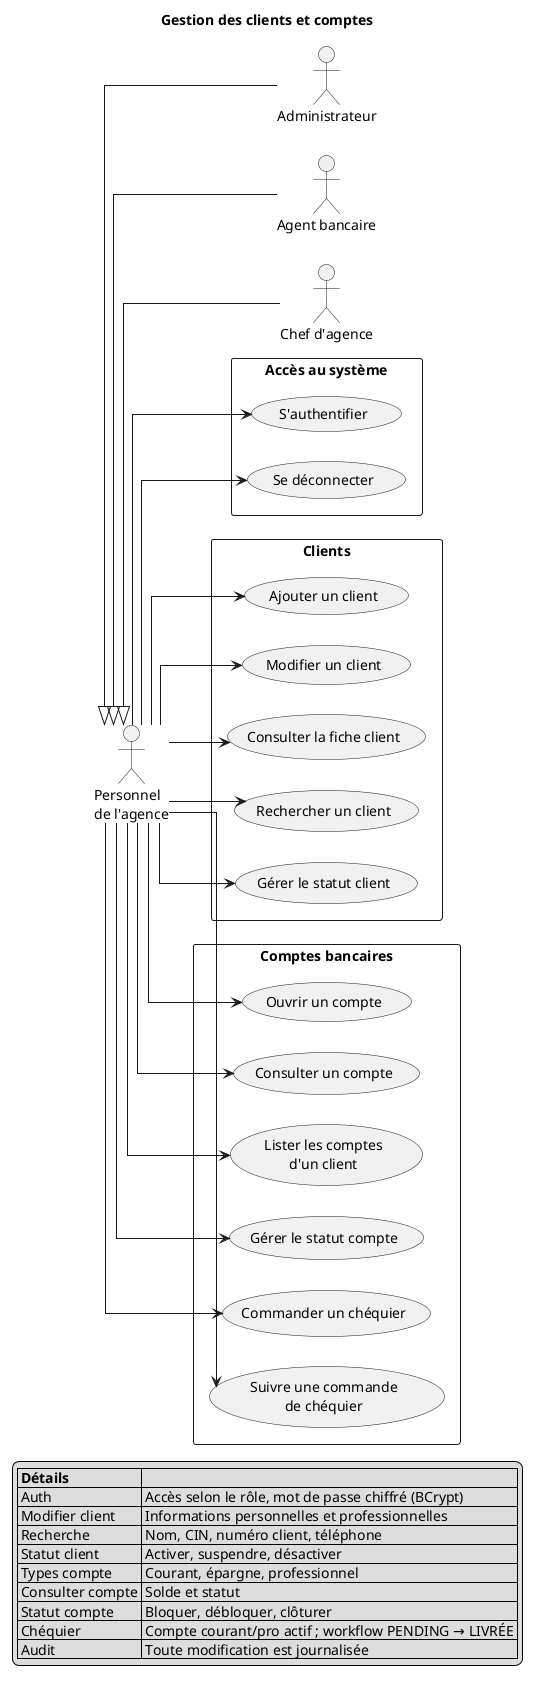
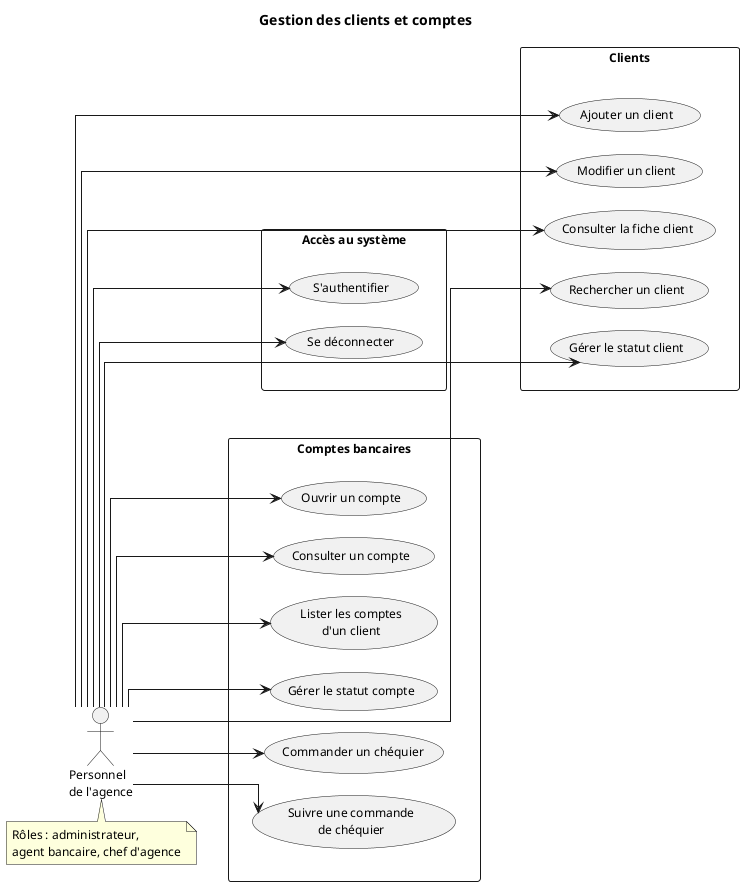
@startuml 01-clients-comptes
left to right direction
skinparam shadowing false
skinparam packageStyle rectangle
- skinparam nodesep 30
- skinparam ranksep 40
+ skinparam nodesep 22
+ skinparam ranksep 28
skinparam linetype ortho
+ skinparam defaultFontSize 12

title Gestion des clients et comptes

actor "Personnel\nde l'agence" as personnel
+ note bottom of personnel
+   Rôles : administrateur,
+   agent bancaire, chef d'agence
+ end note

- actor "Administrateur" as admin
- actor "Agent bancaire" as agent
- actor "Chef d'agence" as chef
- 
- admin -up-|> personnel
- agent -up-|> personnel
- chef -up-|> personnel
- 
- rectangle "Accès au système" {
-   usecase "S'authentifier" as UC_LOGIN
-   usecase "Se déconnecter" as UC_LOGOUT
- }
- 
- rectangle "Clients" {
-   usecase "Ajouter un client" as UC_C_ADD
-   usecase "Modifier un client" as UC_C_EDIT
-   usecase "Consulter la fiche client" as UC_C_VIEW
-   usecase "Rechercher un client" as UC_C_SEARCH
-   usecase "Gérer le statut client" as UC_C_STATUS
- }
- 
- rectangle "Comptes bancaires" {
-   usecase "Ouvrir un compte" as UC_A_OPEN
-   usecase "Consulter un compte" as UC_A_VIEW
-   usecase "Lister les comptes\nd'un client" as UC_A_LIST
-   usecase "Gérer le statut compte" as UC_A_STATUS
-   usecase "Commander un chéquier" as UC_CHQ_ORDER
-   usecase "Suivre une commande\nde chéquier" as UC_CHQ_TRACK
+ together {
+   together {
+     rectangle "Accès au système" as ACC {
+       usecase "S'authentifier" as UC_LOGIN
+       usecase "Se déconnecter" as UC_LOGOUT
+     }
+     rectangle "Clients" as CLI {
+       usecase "Ajouter un client" as UC_C_ADD
+       usecase "Modifier un client" as UC_C_EDIT
+       usecase "Consulter la fiche client" as UC_C_VIEW
+       usecase "Rechercher un client" as UC_C_SEARCH
+       usecase "Gérer le statut client" as UC_C_STATUS
+     }
+     ACC -[hidden]down- CLI
+   }
+   rectangle "Comptes bancaires" as CPT {
+     usecase "Ouvrir un compte" as UC_A_OPEN
+     usecase "Consulter un compte" as UC_A_VIEW
+     usecase "Lister les comptes\nd'un client" as UC_A_LIST
+     usecase "Gérer le statut compte" as UC_A_STATUS
+     usecase "Commander un chéquier" as UC_CHQ_ORDER
+     usecase "Suivre une commande\nde chéquier" as UC_CHQ_TRACK
+   }
+   ACC -[hidden]right- CPT
}

personnel --> UC_LOGIN
personnel --> UC_LOGOUT
personnel --> UC_C_ADD
personnel --> UC_C_EDIT
personnel --> UC_C_VIEW
personnel --> UC_C_SEARCH
personnel --> UC_C_STATUS
personnel --> UC_A_OPEN
personnel --> UC_A_VIEW
personnel --> UC_A_LIST
personnel --> UC_A_STATUS
personnel --> UC_CHQ_ORDER
personnel --> UC_CHQ_TRACK

- legend bottom
-   |= Détails |= |
-   | Auth | Accès selon le rôle, mot de passe chiffré (BCrypt) |
-   | Modifier client | Informations personnelles et professionnelles |
-   | Recherche | Nom, CIN, numéro client, téléphone |
-   | Statut client | Activer, suspendre, désactiver |
-   | Types compte | Courant, épargne, professionnel |
-   | Consulter compte | Solde et statut |
-   | Statut compte | Bloquer, débloquer, clôturer |
-   | Chéquier | Compte courant/pro actif ; workflow PENDING → LIVRÉE |
-   | Audit | Toute modification est journalisée |
- endlegend
- 
@enduml
